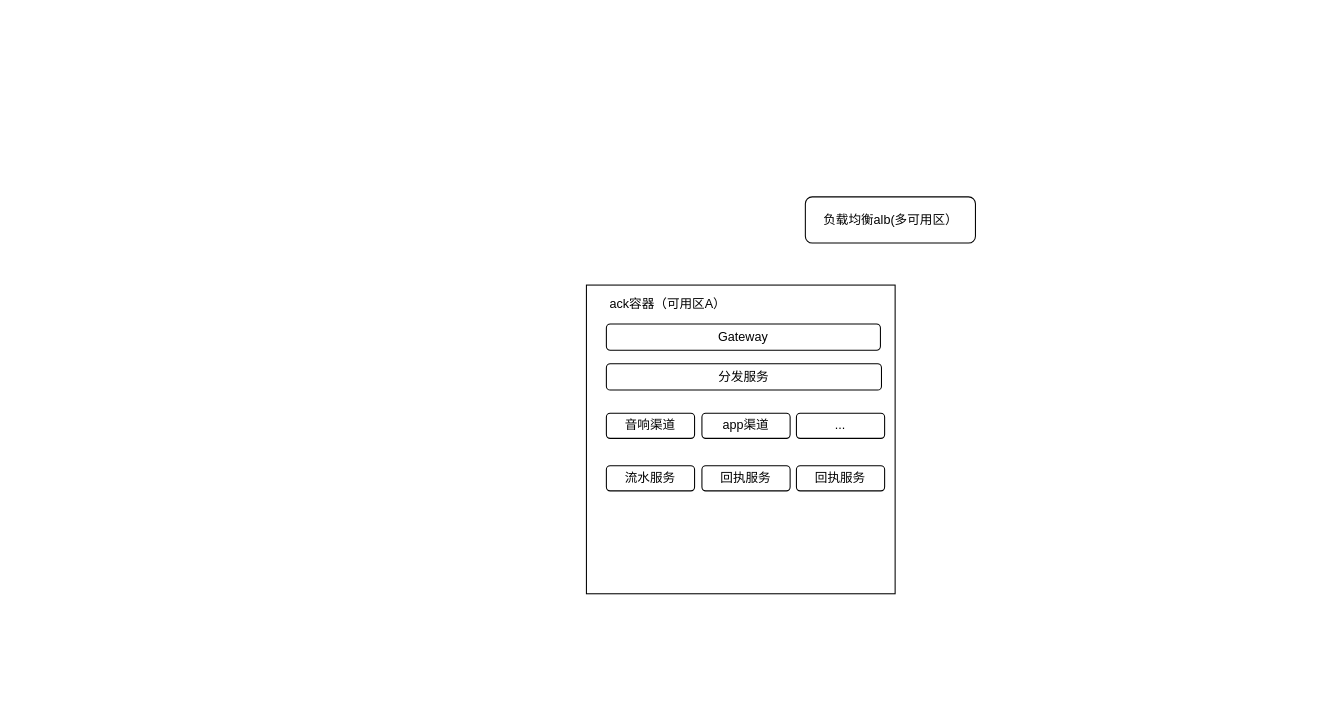
Earlier version of the draw.io diagram 推送可用区分析.drawio (lewis-lab/hello-world). Source tidied: cells renumbered, new cells numbered last; positions are measured from the earlier drawing's top-left corner, leaving out a move shared by most shapes. Both pictures are drawn from the tidied source at 105%, with x=0, y=0 at pixel (586, 196).
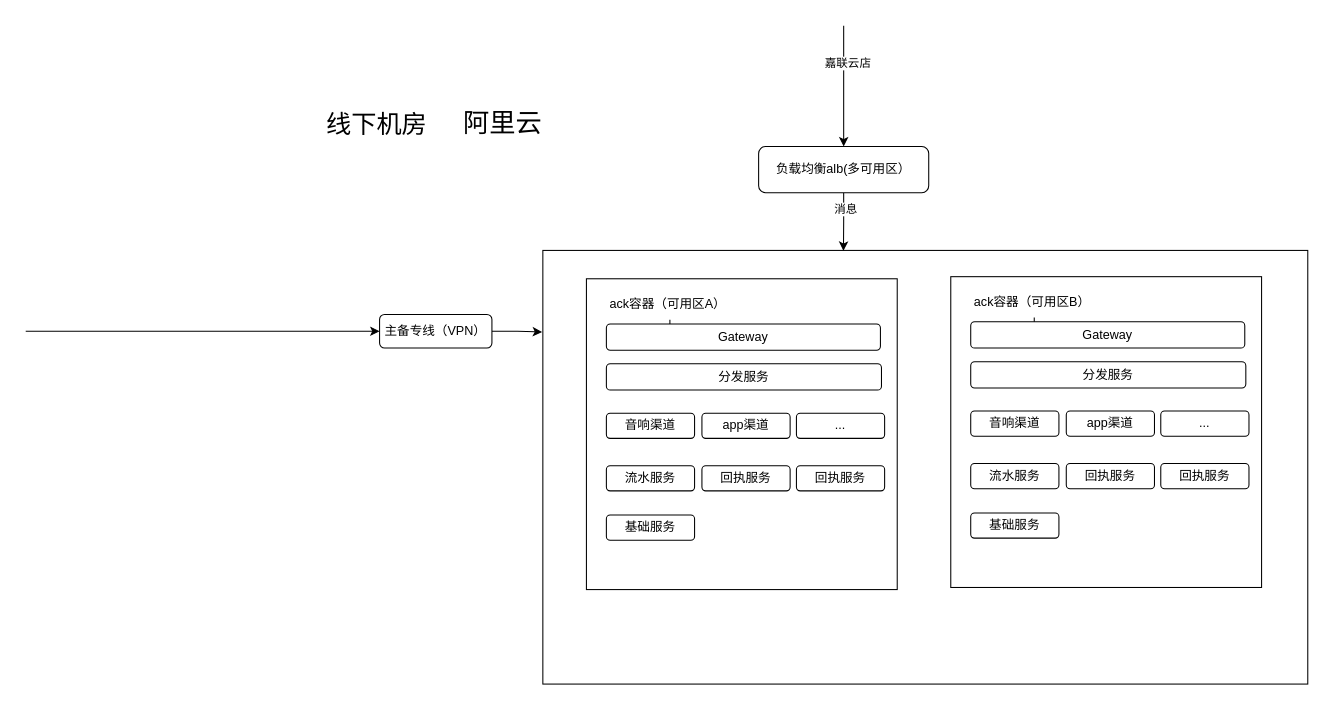
Above is the later version.

Commit message (it also covers changes not shown here):
更新推送可用区分析.drawio

The change refers to these unchanged cells:
```xml
<mxCell id="4" value="ack容器（可用区A）&amp;nbsp;" style="text;html=1;strokeColor=none;fillColor=none;align=center;verticalAlign=middle;whiteSpace=wrap;rounded=0;" parent="1" vertex="1">
  <mxGeometry y="87" width="159" height="30" as="geometry" />
</mxCell>
<mxCell id="5" value="Gateway" style="rounded=1;whiteSpace=wrap;html=1;" parent="1" vertex="1">
  <mxGeometry x="19" y="121" width="261" height="25" as="geometry" />
</mxCell>
```

What changed in the source:
```diff
@@
+    <mxCell id="13" style="edgeStyle=orthogonalEdgeStyle;rounded=0;jettySize=auto;html=1;exitX=0.5;exitY=1;exitDx=0;exitDy=0;entryX=0.393;entryY=0.001;entryDx=0;entryDy=0;entryPerimeter=0;" parent="1" edge="1" source="2" target="29">
+      <mxGeometry relative="1" as="geometry" />
+    </mxCell>
+    <mxCell id="14" value="消息" style="edgeLabel;html=1;align=center;verticalAlign=middle;" parent="13" vertex="1">
+      <mxGeometry x="-0.41" y="1" relative="1" as="geometry">
+        <mxPoint y="-1" as="offset" />
+      </mxGeometry>
+    </mxCell>
     <mxCell id="2" value="负载均衡alb(多可用区）" style="rounded=1;whiteSpace=wrap;html=1;" parent="1" vertex="1">
-      <mxGeometry x="208.5" width="162" height="44" as="geometry" />
+      <mxGeometry x="164" y="-48" width="162" height="44" as="geometry" />
     </mxCell>
     <mxCell id="3" style="whiteSpace=wrap;html=1;" parent="1" vertex="1">
-      <mxGeometry y="84" width="294" height="294" as="geometry" />
+      <mxGeometry y="78" width="296" height="296" as="geometry" />
     </mxCell>
+    <mxCell id="15" style="edgeStyle=orthogonalEdgeStyle;rounded=0;jettySize=auto;html=1;" parent="1" edge="1" source="4" target="5">
+      <mxGeometry relative="1" as="geometry" />
+    </mxCell>
@@
+    <mxCell id="16" value="基础服务" style="rounded=1;whiteSpace=wrap;html=1;" parent="1" vertex="1">
+      <mxGeometry x="19" y="303" width="84" height="24" as="geometry" />
+    </mxCell>
+    <mxCell id="17" style="whiteSpace=wrap;html=1;" parent="1" vertex="1">
+      <mxGeometry x="347" y="76" width="296" height="296" as="geometry" />
+    </mxCell>
+    <mxCell id="18" style="edgeStyle=orthogonalEdgeStyle;rounded=0;jettySize=auto;html=1;" parent="1" edge="1" source="19" target="20">
+      <mxGeometry relative="1" as="geometry" />
+    </mxCell>
+    <mxCell id="19" value="ack容器（可用区B）&amp;nbsp;" style="text;html=1;strokeColor=none;fillColor=none;align=center;verticalAlign=middle;whiteSpace=wrap;rounded=0;" parent="1" vertex="1">
+      <mxGeometry x="347" y="85" width="159" height="30" as="geometry" />
+    </mxCell>
+    <mxCell id="20" value="Gateway" style="rounded=1;whiteSpace=wrap;html=1;" parent="1" vertex="1">
+      <mxGeometry x="366" y="119" width="261" height="25" as="geometry" />
+    </mxCell>
+    <mxCell id="21" value="分发服务" style="rounded=1;whiteSpace=wrap;html=1;" parent="1" vertex="1">
+      <mxGeometry x="366" y="157" width="262" height="25" as="geometry" />
+    </mxCell>
+    <mxCell id="22" value="音响渠道" style="rounded=1;whiteSpace=wrap;html=1;" parent="1" vertex="1">
+      <mxGeometry x="366" y="204" width="84" height="24" as="geometry" />
+    </mxCell>
+    <mxCell id="23" value="app渠道" style="rounded=1;whiteSpace=wrap;html=1;" parent="1" vertex="1">
+      <mxGeometry x="457" y="204" width="84" height="24" as="geometry" />
+    </mxCell>
+    <mxCell id="24" value="..." style="rounded=1;whiteSpace=wrap;html=1;" parent="1" vertex="1">
+      <mxGeometry x="547" y="204" width="84" height="24" as="geometry" />
+    </mxCell>
+    <mxCell id="25" value="流水服务" style="rounded=1;whiteSpace=wrap;html=1;" parent="1" vertex="1">
+      <mxGeometry x="366" y="254" width="84" height="24" as="geometry" />
+    </mxCell>
+    <mxCell id="26" value="回执服务" style="rounded=1;whiteSpace=wrap;html=1;" parent="1" vertex="1">
+      <mxGeometry x="457" y="254" width="84" height="24" as="geometry" />
+    </mxCell>
+    <mxCell id="27" value="回执服务" style="rounded=1;whiteSpace=wrap;html=1;" parent="1" vertex="1">
+      <mxGeometry x="547" y="254" width="84" height="24" as="geometry" />
+    </mxCell>
+    <mxCell id="28" value="基础服务" style="rounded=1;whiteSpace=wrap;html=1;" parent="1" vertex="1">
+      <mxGeometry x="366" y="301" width="84" height="24" as="geometry" />
+    </mxCell>
+    <mxCell id="29" style="rounded=0;whiteSpace=wrap;html=1;fillStyle=auto;gradientColor=default;fillColor=none;" parent="1" vertex="1">
+      <mxGeometry x="-41.5" y="51" width="728.5" height="413" as="geometry" />
+    </mxCell>
+    <mxCell id="30" style="edgeStyle=orthogonalEdgeStyle;rounded=0;jettySize=auto;html=1;entryX=-0.001;entryY=0.188;entryDx=0;entryDy=0;entryPerimeter=0;" parent="1" edge="1" source="31" target="29">
+      <mxGeometry relative="1" as="geometry" />
+    </mxCell>
+    <mxCell id="31" value="主备专线（VPN）" style="rounded=1;whiteSpace=wrap;html=1;" parent="1" vertex="1">
+      <mxGeometry x="-197" y="112" width="107" height="32" as="geometry" />
+    </mxCell>
+    <mxCell id="32" value="线下机房" style="text;html=1;align=center;verticalAlign=middle;strokeColor=none;fillColor=none;fontSize=24;" parent="1" vertex="1">
+      <mxGeometry x="-257" y="-89" width="114" height="41" as="geometry" />
+    </mxCell>
+    <mxCell id="33" value="阿里云" style="text;html=1;align=center;verticalAlign=middle;strokeColor=none;fillColor=none;fontSize=25;" parent="1" vertex="1">
+      <mxGeometry x="-127" y="-92" width="93" height="42" as="geometry" />
+    </mxCell>
+    <mxCell id="34" style="endArrow=classic;html=1;rounded=0;entryX=0.5;entryY=0;entryDx=0;entryDy=0;" parent="1" edge="1" target="2">
+      <mxGeometry relative="1" as="geometry">
+        <mxPoint x="245" y="-163" as="sourcePoint" />
+      </mxGeometry>
+    </mxCell>
+    <mxCell id="35" value="嘉联云店" style="edgeLabel;html=1;align=center;verticalAlign=middle;" parent="34" vertex="1">
+      <mxGeometry x="-0.4" y="3" relative="1" as="geometry" />
+    </mxCell>
+    <mxCell id="36" style="endArrow=classic;html=1;rounded=0;entryX=0;entryY=0.5;entryDx=0;entryDy=0;" parent="1" edge="1" target="31">
+      <mxGeometry relative="1" as="geometry">
+        <mxPoint x="-534" y="128" as="sourcePoint" />
+      </mxGeometry>
+    </mxCell>
```
